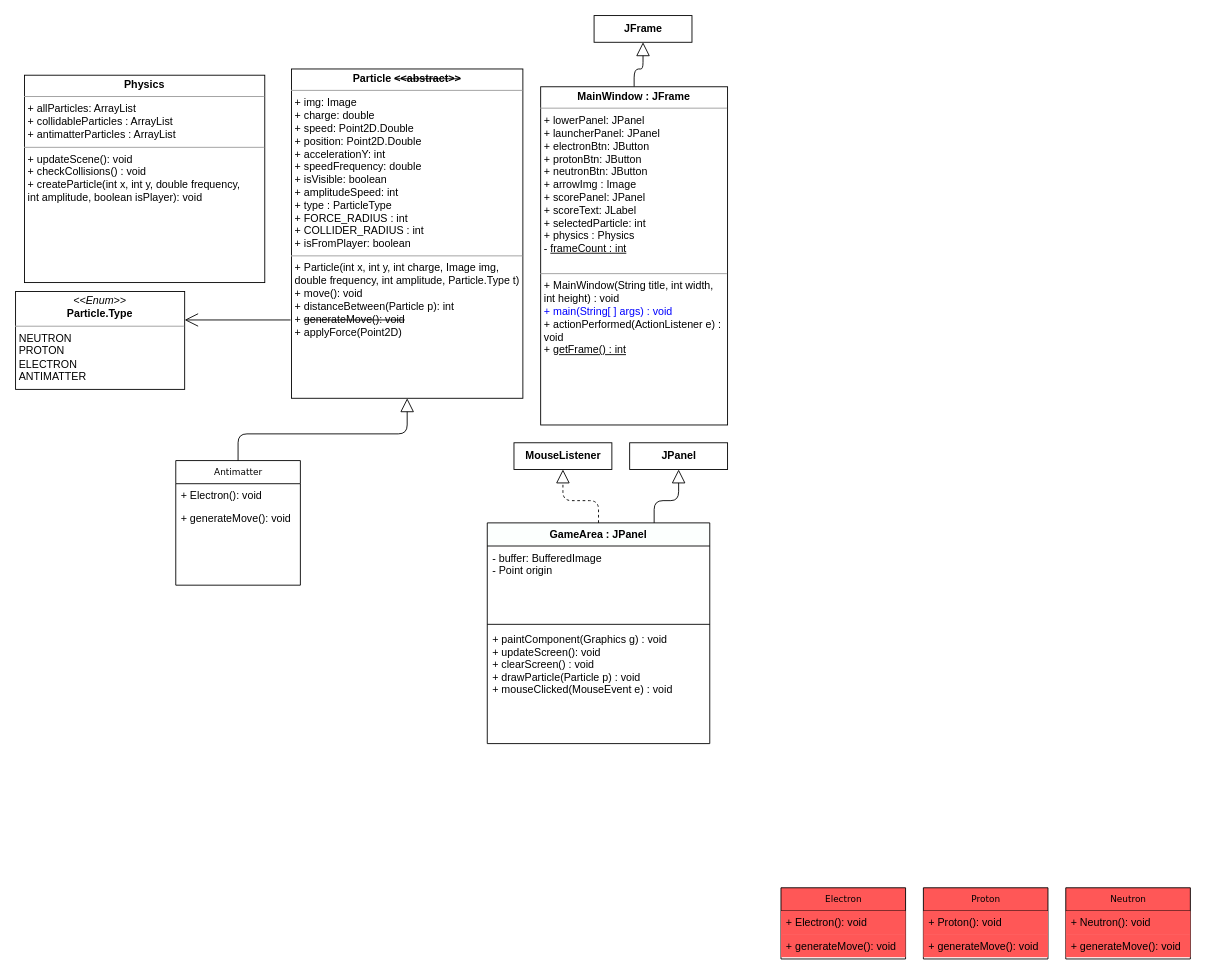
Iman974/Algo_Proj2A keeps this draw.io diagram as DiagrammeUML.drawio. Above is the earlier version. Source tidied: cells renumbered, new cells numbered last; positions are measured from the earlier drawing's top-left corner, leaving out a move shared by most shapes. Both pictures are drawn from the tidied source at 89%, with x=0, y=0 at pixel (15, 15).
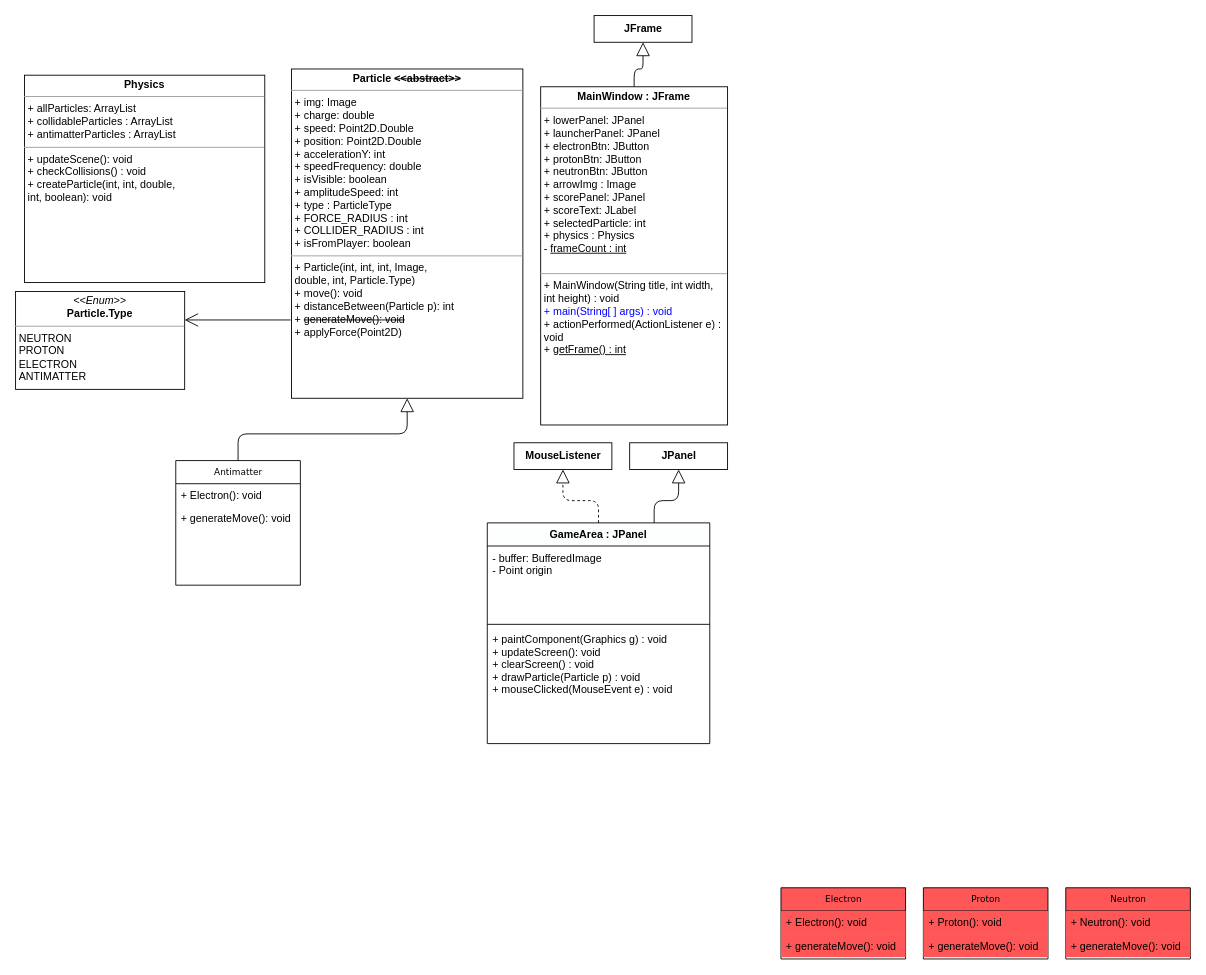
The same page after the edit.

What changed in the source:
```diff
@@
-    <mxCell id="5" value="&lt;p style=&quot;margin: 0px ; margin-top: 4px ; text-align: center&quot;&gt;&lt;b&gt;Physics&lt;/b&gt;&lt;/p&gt;&lt;hr size=&quot;1&quot;&gt;&lt;p style=&quot;margin: 0px ; margin-left: 4px&quot;&gt;+ allParticles: ArrayList&lt;br&gt;&lt;/p&gt;&lt;p style=&quot;margin: 0px ; margin-left: 4px&quot;&gt;+ collidableParticles : ArrayList&lt;/p&gt;&lt;p style=&quot;margin: 0px ; margin-left: 4px&quot;&gt;+ antimatterParticles : ArrayList&lt;/p&gt;&lt;hr size=&quot;1&quot;&gt;&lt;p style=&quot;margin: 0px ; margin-left: 4px&quot;&gt;+ updateScene(): void&lt;br&gt;+ checkCollisions() : void&lt;/p&gt;&lt;p style=&quot;margin: 0px ; margin-left: 4px&quot;&gt;&lt;span&gt;+ createParticle(int x, int y, double frequency,&lt;/span&gt;&lt;/p&gt;&lt;p style=&quot;margin: 0px ; margin-left: 4px&quot;&gt;&lt;span&gt;int amplitude, boolean isPlayer): void&lt;/span&gt;&lt;/p&gt;" style="verticalAlign=top;align=left;overflow=fill;fontSize=12;fontFamily=Helvetica;html=1;rounded=0;shadow=0;comic=0;labelBackgroundColor=none;strokeWidth=1;" parent="1" vertex="1">
+    <mxCell id="5" value="&lt;p style=&quot;margin: 0px ; margin-top: 4px ; text-align: center&quot;&gt;&lt;b&gt;Physics&lt;/b&gt;&lt;/p&gt;&lt;hr size=&quot;1&quot;&gt;&lt;p style=&quot;margin: 0px ; margin-left: 4px&quot;&gt;+ allParticles: ArrayList&lt;br&gt;&lt;/p&gt;&lt;p style=&quot;margin: 0px ; margin-left: 4px&quot;&gt;+ collidableParticles : ArrayList&lt;/p&gt;&lt;p style=&quot;margin: 0px ; margin-left: 4px&quot;&gt;+ antimatterParticles : ArrayList&lt;/p&gt;&lt;hr size=&quot;1&quot;&gt;&lt;p style=&quot;margin: 0px ; margin-left: 4px&quot;&gt;+ updateScene(): void&lt;br&gt;+ checkCollisions() : void&lt;/p&gt;&lt;p style=&quot;margin: 0px ; margin-left: 4px&quot;&gt;&lt;span&gt;+ createParticle(int, int, double,&lt;/span&gt;&lt;/p&gt;&lt;p style=&quot;margin: 0px ; margin-left: 4px&quot;&gt;&lt;span&gt;int, boolean): void&lt;/span&gt;&lt;/p&gt;" style="verticalAlign=top;align=left;overflow=fill;fontSize=12;fontFamily=Helvetica;html=1;rounded=0;shadow=0;comic=0;labelBackgroundColor=none;strokeWidth=1;" parent="1" vertex="1">
       <mxGeometry x="10" y="67" width="270" height="233" as="geometry" />
     </mxCell>
-    <mxCell id="6" value="&lt;p style=&quot;margin: 0px ; margin-top: 4px ; text-align: center&quot;&gt;&lt;b&gt;Particle &lt;strike&gt;&amp;lt;&amp;lt;abstract&amp;gt;&amp;gt;&lt;/strike&gt;&lt;/b&gt;&lt;/p&gt;&lt;hr size=&quot;1&quot;&gt;&lt;p style=&quot;margin: 0px ; margin-left: 4px&quot;&gt;+ img: Image&lt;br&gt;&lt;/p&gt;&lt;p style=&quot;margin: 0px ; margin-left: 4px&quot;&gt;+ charge: double&lt;/p&gt;&lt;p style=&quot;margin: 0px ; margin-left: 4px&quot;&gt;+ speed: Point2D.Double&lt;/p&gt;&lt;p style=&quot;margin: 0px ; margin-left: 4px&quot;&gt;+ position: Point2D.Double&lt;/p&gt;&lt;p style=&quot;margin: 0px ; margin-left: 4px&quot;&gt;+ accelerationY: int&lt;/p&gt;&lt;p style=&quot;margin: 0px ; margin-left: 4px&quot;&gt;+ speedFrequency: double&lt;/p&gt;&lt;p style=&quot;margin: 0px ; margin-left: 4px&quot;&gt;+ isVisible: boolean&lt;/p&gt;&lt;p style=&quot;margin: 0px ; margin-left: 4px&quot;&gt;+ amplitudeSpeed: int&lt;/p&gt;&lt;p style=&quot;margin: 0px ; margin-left: 4px&quot;&gt;+ type : ParticleType&lt;/p&gt;&lt;p style=&quot;margin: 0px ; margin-left: 4px&quot;&gt;+ FORCE_RADIUS : int&lt;/p&gt;&lt;p style=&quot;margin: 0px ; margin-left: 4px&quot;&gt;+ COLLIDER_RADIUS : int&lt;/p&gt;&lt;p style=&quot;margin: 0px ; margin-left: 4px&quot;&gt;+ isFromPlayer: boolean&lt;/p&gt;&lt;hr size=&quot;1&quot;&gt;&lt;p style=&quot;margin: 0px ; margin-left: 4px&quot;&gt;+ Particle(int x, int y, int charge, Image img,&lt;/p&gt;&lt;p style=&quot;margin: 0px ; margin-left: 4px&quot;&gt;&lt;span&gt;double frequency, int amplitude, Particle.Type t)&lt;/span&gt;&lt;/p&gt;&lt;p style=&quot;margin: 0px ; margin-left: 4px&quot;&gt;+ move(): void&lt;br&gt;+ distanceBetween(Particle p): int&lt;/p&gt;&lt;p style=&quot;margin: 0px ; margin-left: 4px&quot;&gt;+&amp;nbsp;&lt;strike&gt;generateMove(): void&lt;/strike&gt;&lt;/p&gt;&lt;p style=&quot;margin: 0px ; margin-left: 4px&quot;&gt;+ applyForce(Point2D)&lt;/p&gt;" style="verticalAlign=top;align=left;overflow=fill;fontSize=12;fontFamily=Helvetica;html=1;rounded=0;shadow=0;comic=0;labelBackgroundColor=none;strokeWidth=1;" parent="1" vertex="1">
+    <mxCell id="6" value="&lt;p style=&quot;margin: 0px ; margin-top: 4px ; text-align: center&quot;&gt;&lt;b&gt;Particle &lt;strike&gt;&amp;lt;&amp;lt;abstract&amp;gt;&amp;gt;&lt;/strike&gt;&lt;/b&gt;&lt;/p&gt;&lt;hr size=&quot;1&quot;&gt;&lt;p style=&quot;margin: 0px ; margin-left: 4px&quot;&gt;+ img: Image&lt;br&gt;&lt;/p&gt;&lt;p style=&quot;margin: 0px ; margin-left: 4px&quot;&gt;+ charge: double&lt;/p&gt;&lt;p style=&quot;margin: 0px ; margin-left: 4px&quot;&gt;+ speed: Point2D.Double&lt;/p&gt;&lt;p style=&quot;margin: 0px ; margin-left: 4px&quot;&gt;+ position: Point2D.Double&lt;/p&gt;&lt;p style=&quot;margin: 0px ; margin-left: 4px&quot;&gt;+ accelerationY: int&lt;/p&gt;&lt;p style=&quot;margin: 0px ; margin-left: 4px&quot;&gt;+ speedFrequency: double&lt;/p&gt;&lt;p style=&quot;margin: 0px ; margin-left: 4px&quot;&gt;+ isVisible: boolean&lt;/p&gt;&lt;p style=&quot;margin: 0px ; margin-left: 4px&quot;&gt;+ amplitudeSpeed: int&lt;/p&gt;&lt;p style=&quot;margin: 0px ; margin-left: 4px&quot;&gt;+ type : ParticleType&lt;/p&gt;&lt;p style=&quot;margin: 0px ; margin-left: 4px&quot;&gt;+ FORCE_RADIUS : int&lt;/p&gt;&lt;p style=&quot;margin: 0px ; margin-left: 4px&quot;&gt;+ COLLIDER_RADIUS : int&lt;/p&gt;&lt;p style=&quot;margin: 0px ; margin-left: 4px&quot;&gt;+ isFromPlayer: boolean&lt;/p&gt;&lt;hr size=&quot;1&quot;&gt;&lt;p style=&quot;margin: 0px ; margin-left: 4px&quot;&gt;+ Particle(int, int, int, Image,&lt;/p&gt;&lt;p style=&quot;margin: 0px ; margin-left: 4px&quot;&gt;&lt;span&gt;double, int, Particle.Type)&lt;/span&gt;&lt;/p&gt;&lt;p style=&quot;margin: 0px ; margin-left: 4px&quot;&gt;+ move(): void&lt;br&gt;+ distanceBetween(Particle p): int&lt;/p&gt;&lt;p style=&quot;margin: 0px ; margin-left: 4px&quot;&gt;+&amp;nbsp;&lt;strike&gt;generateMove(): void&lt;/strike&gt;&lt;/p&gt;&lt;p style=&quot;margin: 0px ; margin-left: 4px&quot;&gt;+ applyForce(Point2D)&lt;/p&gt;" style="verticalAlign=top;align=left;overflow=fill;fontSize=12;fontFamily=Helvetica;html=1;rounded=0;shadow=0;comic=0;labelBackgroundColor=none;strokeWidth=1;" parent="1" vertex="1">
       <mxGeometry x="310" y="60" width="260" height="370" as="geometry" />
     </mxCell>
```
